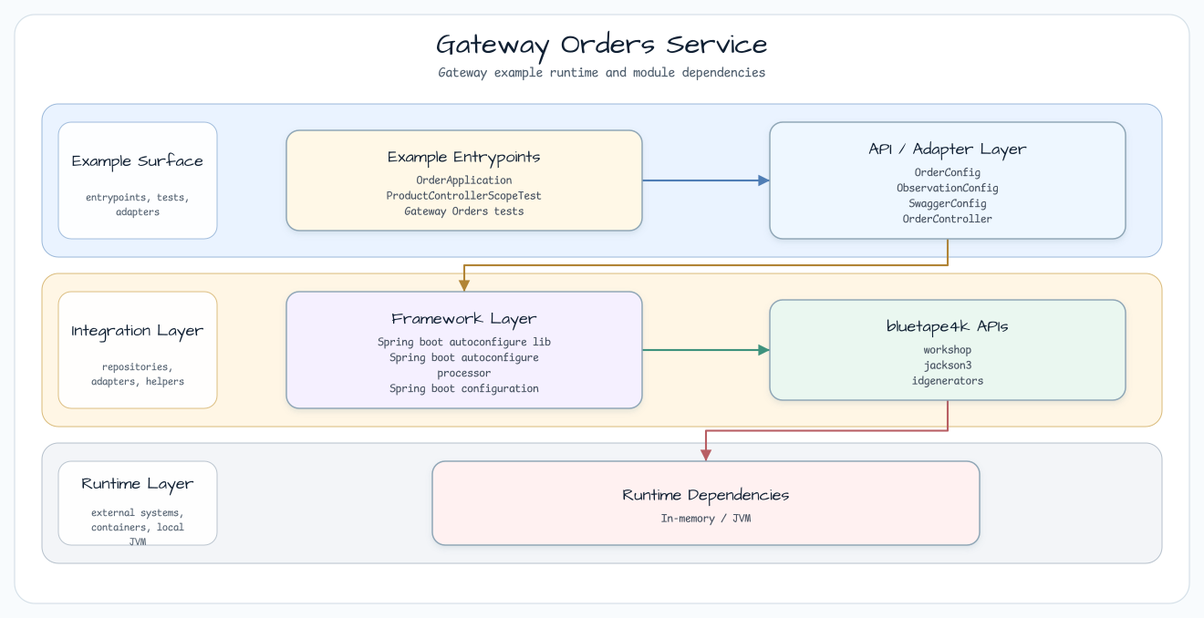
The Graphviz diagram docs/images/readme-diagrams/gateway-orders-readme-architecture-01.png in bluetape4k/bluetape4k-workshop, before a commit. Its source is kept beside it as docs/images/readme-diagrams/gateway-orders-readme-architecture-01.dot.
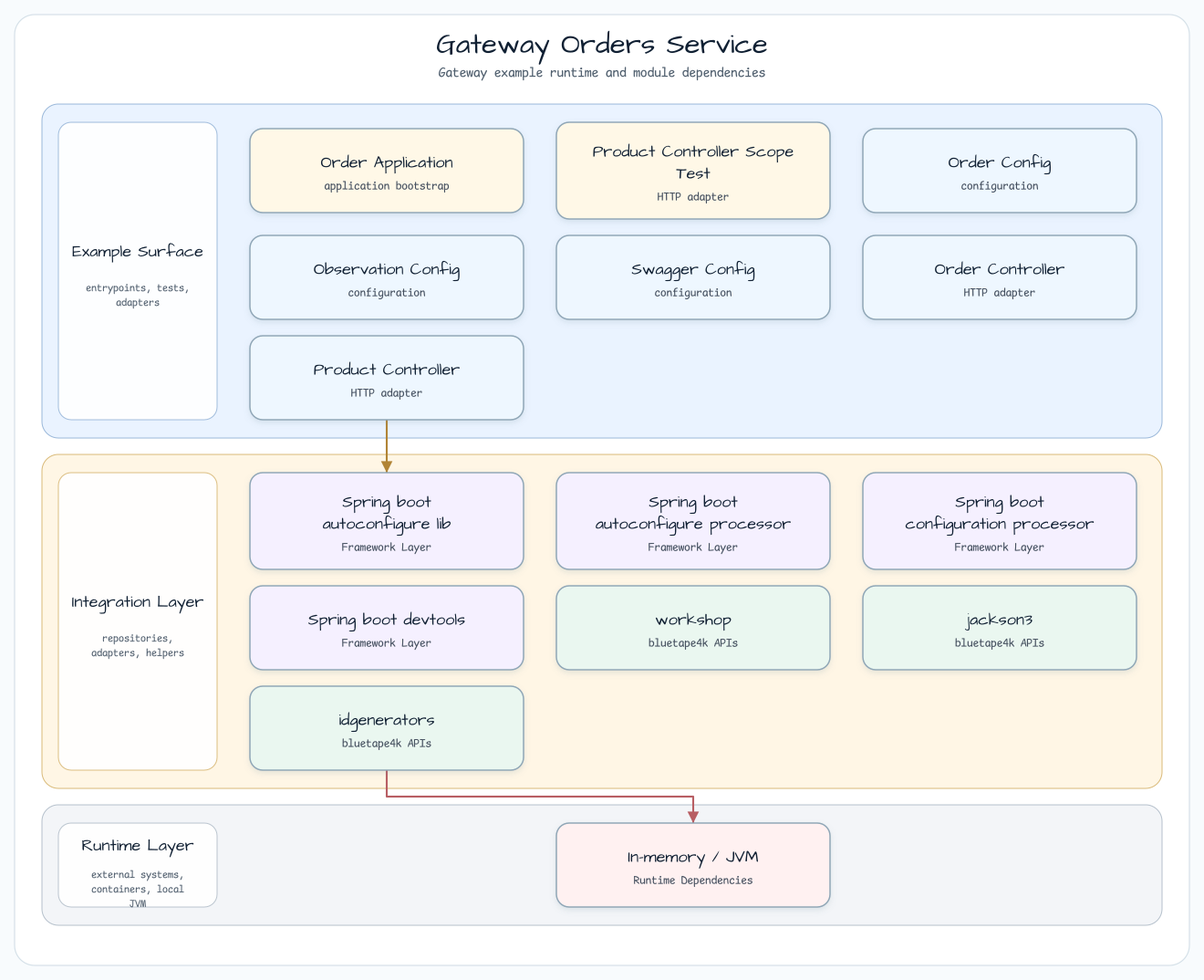
The same diagram one commit later.

What changed in the source:
```diff
@@ -26,14 +26,22 @@
     fontsize=11
   ];
 
-  entry [label="Example Entrypoints\nOrderApplication\nProductControllerScopeTest\nGateway Orders tests", fillcolor="#FFF8E7"];
-  api [label="API / Adapter Layer\nOrderConfig\nObservationConfig\nSwaggerConfig\nOrderController", fillcolor="#EEF7FF"];
-  infra [label="Framework Layer\nSpring boot autoconfigure lib\nSpring boot autoconfigure\nprocessor\nSpring boot configuration", fillcolor="#F5F0FF"];
-  bt [label="bluetape4k APIs\nworkshop\njackson3\nidgenerators", fillcolor="#EAF7F0"];
-  runtime [label="Runtime Dependencies\nIn-memory / JVM", fillcolor="#FFF1F1"];
+  entry0 [label="Order Application\napplication bootstrap", fillcolor="#FFF8E7"];
+  entry1 [label="Product Controller Scope Test\nHTTP adapter", fillcolor="#FFF8E7"];
+  api0 [label="Order Config\nconfiguration", fillcolor="#EEF7FF"];
+  api1 [label="Observation Config\nconfiguration", fillcolor="#EEF7FF"];
+  api2 [label="Swagger Config\nconfiguration", fillcolor="#EEF7FF"];
+  api3 [label="Order Controller\nHTTP adapter", fillcolor="#EEF7FF"];
+  api4 [label="Product Controller\nHTTP adapter", fillcolor="#EEF7FF"];
+  infra0 [label="Spring boot autoconfigure lib\nFramework Layer", fillcolor="#F5F0FF"];
+  infra1 [label="Spring boot autoconfigure processor\nFramework Layer", fillcolor="#F5F0FF"];
+  infra2 [label="Spring boot configuration processor\nFramework Layer", fillcolor="#F5F0FF"];
+  infra3 [label="Spring boot devtools\nFramework Layer", fillcolor="#F5F0FF"];
+  bt0 [label="workshop\nbluetape4k APIs", fillcolor="#EAF7F0"];
+  bt1 [label="jackson3\nbluetape4k APIs", fillcolor="#EAF7F0"];
+  bt2 [label="idgenerators\nbluetape4k APIs", fillcolor="#EAF7F0"];
+  runtime0 [label="In-memory / JVM\nRuntime Dependencies", fillcolor="#FFF1F1"];
 
-  entry -> api [label="invokes"];
-  api -> infra [label="persists / publishes"];
-  infra -> bt [label="extends"];
-  bt -> runtime [label="adapts"];
+  api4 -> infra0 [label="uses"];
+  bt2 -> runtime0 [label="adapts"];
 }
```
